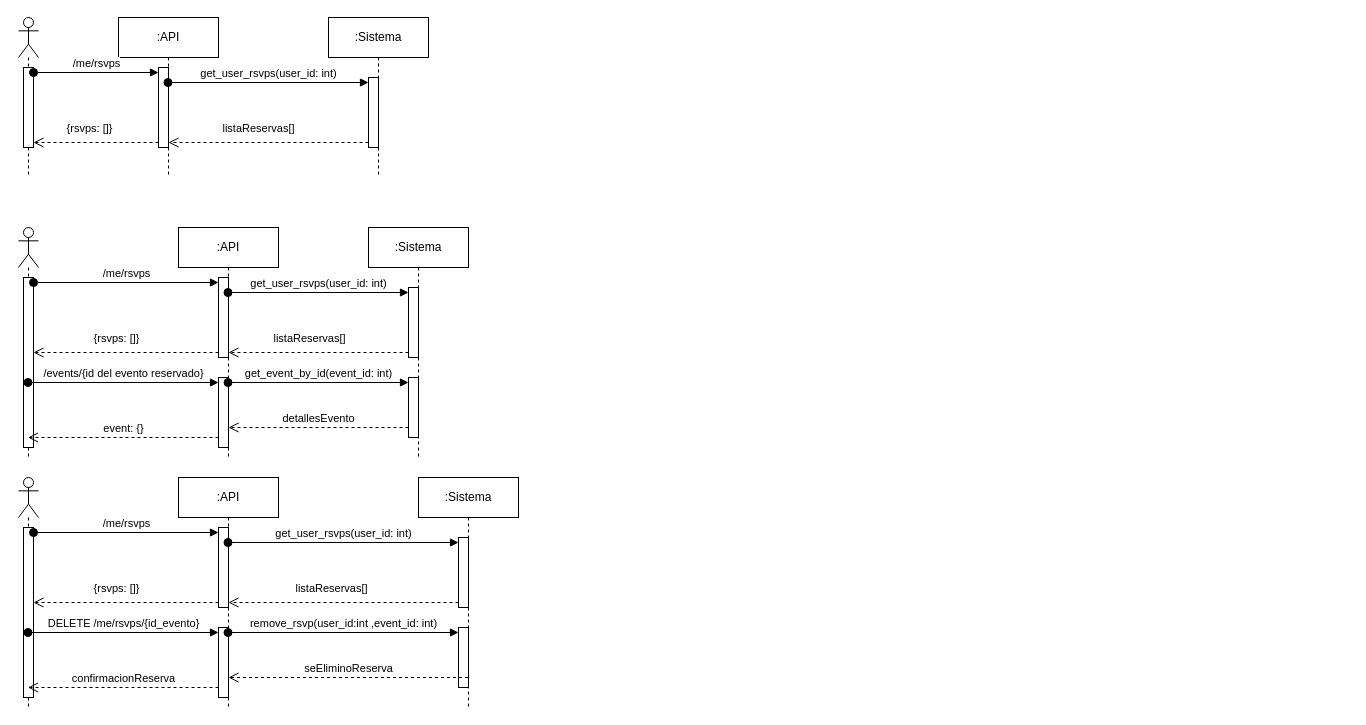
a-mayb3/group_n_meet_backend keeps this draw.io diagram as docs/diagrams/sequence/diagrams-sequence.es.drawio. Above is the earlier version. Source tidied: cells renumbered, new cells numbered last; positions are measured from the earlier drawing's top-left corner, leaving out a move shared by most shapes. Both pictures are drawn from the tidied source at 100%, with x=0, y=0 at pixel (18, 17).
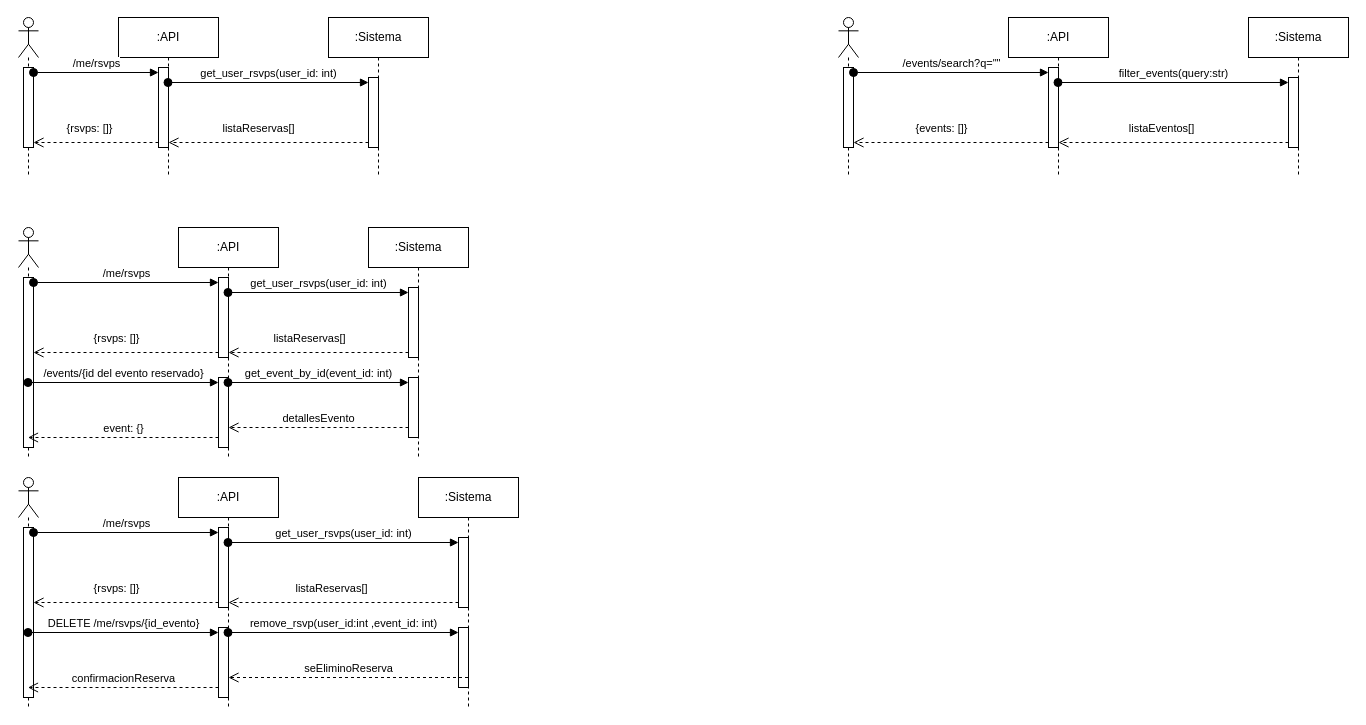
The same page after the edit.

Commit message:
Added event search

Change to the diagram source:
```diff
@@
+    <mxCell id="44" style="shape=umlLifeline;perimeter=lifelinePerimeter;whiteSpace=wrap;html=1;newEdgeStyle={&quot;curved&quot;:0,&quot;rounded&quot;:0};participant=umlActor;" parent="1" vertex="1">
+      <mxGeometry x="820" width="20" height="160" as="geometry" />
+    </mxCell>
+    <mxCell id="45" style="html=1;points=[[0,0,0,0,5],[0,1,0,0,-5],[1,0,0,0,5],[1,1,0,0,-5]];perimeter=orthogonalPerimeter;outlineConnect=0;targetShapes=umlLifeline;portConstraint=eastwest;newEdgeStyle={&quot;curved&quot;:0,&quot;rounded&quot;:0};" parent="44" vertex="1">
+      <mxGeometry x="5" y="50" width="10" height="80" as="geometry" />
+    </mxCell>
+    <mxCell id="46" value=":API" style="shape=umlLifeline;perimeter=lifelinePerimeter;whiteSpace=wrap;html=1;outlineConnect=0;portConstraint=eastwest;newEdgeStyle={&quot;curved&quot;:0,&quot;rounded&quot;:0};" parent="1" vertex="1">
+      <mxGeometry x="990" width="100" height="160" as="geometry" />
+    </mxCell>
+    <mxCell id="47" style="html=1;points=[[0,0,0,0,5],[0,1,0,0,-5],[1,0,0,0,5],[1,1,0,0,-5]];perimeter=orthogonalPerimeter;outlineConnect=0;targetShapes=umlLifeline;portConstraint=eastwest;newEdgeStyle={&quot;curved&quot;:0,&quot;rounded&quot;:0};" parent="46" vertex="1">
+      <mxGeometry x="40" y="50" width="10" height="80" as="geometry" />
+    </mxCell>
+    <mxCell id="48" value=":Sistema" style="shape=umlLifeline;perimeter=lifelinePerimeter;whiteSpace=wrap;html=1;newEdgeStyle={&quot;curved&quot;:0,&quot;rounded&quot;:0};" parent="1" vertex="1">
+      <mxGeometry x="1230" width="100" height="160" as="geometry" />
+    </mxCell>
+    <mxCell id="49" style="html=1;points=[[0,0,0,0,5],[0,1,0,0,-5],[1,0,0,0,5],[1,1,0,0,-5]];perimeter=orthogonalPerimeter;outlineConnect=0;targetShapes=umlLifeline;portConstraint=eastwest;newEdgeStyle={&quot;curved&quot;:0,&quot;rounded&quot;:0};" parent="48" vertex="1">
+      <mxGeometry x="40" y="60" width="10" height="70" as="geometry" />
+    </mxCell>
+    <mxCell id="50" value="/events/search?q=&quot;&quot;" style="html=1;verticalAlign=bottom;startArrow=oval;endArrow=block;startSize=8;curved=0;rounded=0;entryX=0;entryY=0;entryDx=0;entryDy=5;" parent="1" edge="1" source="45" target="47">
+      <mxGeometry relative="1" as="geometry" />
+    </mxCell>
+    <mxCell id="51" value="filter_events(query:str)" style="html=1;verticalAlign=bottom;startArrow=oval;endArrow=block;startSize=8;curved=0;rounded=0;entryX=0;entryY=0;entryDx=0;entryDy=5;" parent="1" edge="1" source="46" target="49">
+      <mxGeometry relative="1" as="geometry" />
+    </mxCell>
+    <mxCell id="52" value="listaEventos[]" style="html=1;verticalAlign=bottom;endArrow=open;dashed=1;endSize=8;curved=0;rounded=0;exitX=0;exitY=1;exitDx=0;exitDy=-5;exitPerimeter=0;entryX=1;entryY=1;entryDx=0;entryDy=-5;entryPerimeter=0;" parent="1" edge="1" source="49" target="47">
+      <mxGeometry x="0.1" y="-5" relative="1" as="geometry" />
+    </mxCell>
+    <mxCell id="53" value="{events: []}" style="html=1;verticalAlign=bottom;endArrow=open;dashed=1;endSize=8;curved=0;rounded=0;exitX=0;exitY=1;exitDx=0;exitDy=-5;exitPerimeter=0;entryX=1;entryY=1;entryDx=0;entryDy=-5;entryPerimeter=0;" parent="1" edge="1" source="47" target="45">
+      <mxGeometry x="0.1" y="-5" relative="1" as="geometry" />
+    </mxCell>
```
